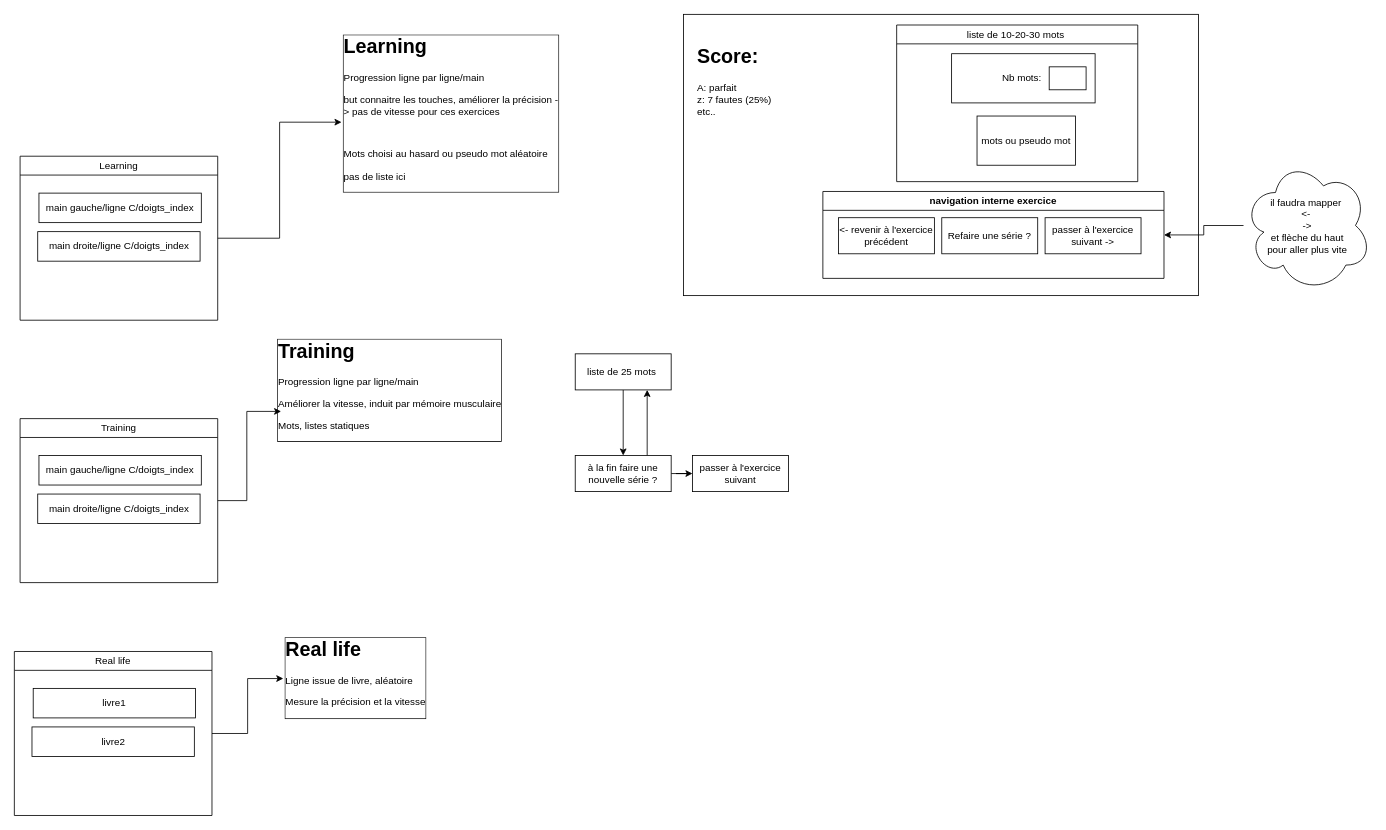
This is page "Dactylo settings" (6 of 7) of CdC_OctoType.drawio from Zergoma/OctoType, a draw.io file, before an edit. Source tidied: cells renumbered, new cells numbered last; positions are measured from the earlier drawing's top-left corner, leaving out a move shared by most shapes. Both pictures are drawn from the tidied source at 82%, with x=0, y=0 at pixel (14, 14).
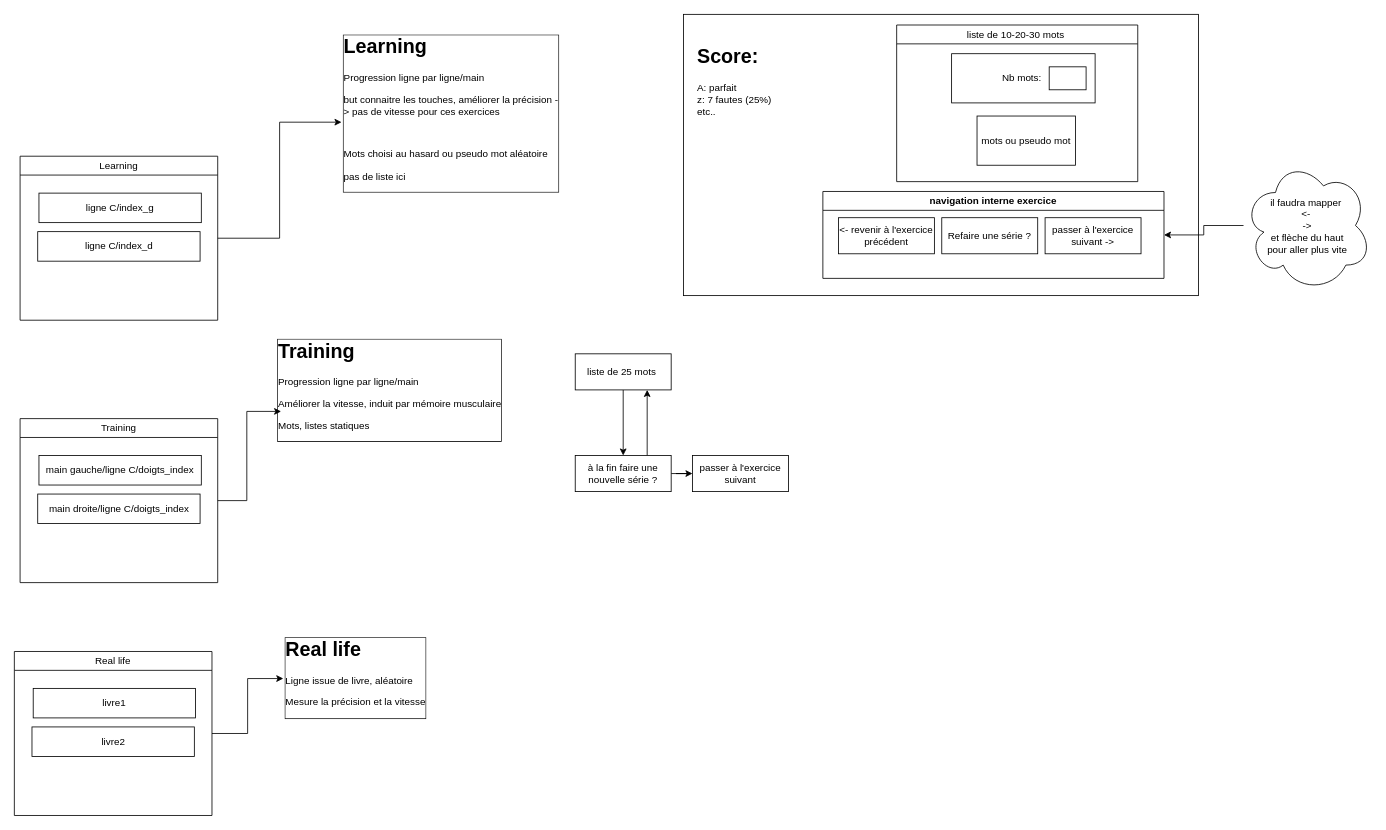
The same diagram, later.

Unchanged cells that the change refers to:
```xml
<mxCell id="5" value="&lt;span style=&quot;font-weight: 400;&quot;&gt;Learning&lt;/span&gt;" style="swimlane;whiteSpace=wrap;html=1;" parent="1" vertex="1">
  <mxGeometry x="7" y="173" width="241" height="200" as="geometry" />
</mxCell>
```

The edit, as a diff of the source:
```diff
@@
-    <mxCell id="6" value="main gauche/ligne C/doigts_index" style="rounded=0;whiteSpace=wrap;html=1;" parent="5" vertex="1">
+    <mxCell id="6" value="ligne C/index_g" style="rounded=0;whiteSpace=wrap;html=1;" parent="5" vertex="1">
       <mxGeometry x="23" y="45" width="198" height="36" as="geometry" />
     </mxCell>
-    <mxCell id="7" value="main droite/ligne C/doigts_index" style="rounded=0;whiteSpace=wrap;html=1;" parent="5" vertex="1">
+    <mxCell id="7" value="ligne C/index_d" style="rounded=0;whiteSpace=wrap;html=1;" parent="5" vertex="1">
       <mxGeometry x="21.5" y="92" width="198" height="36" as="geometry" />
     </mxCell>
```
